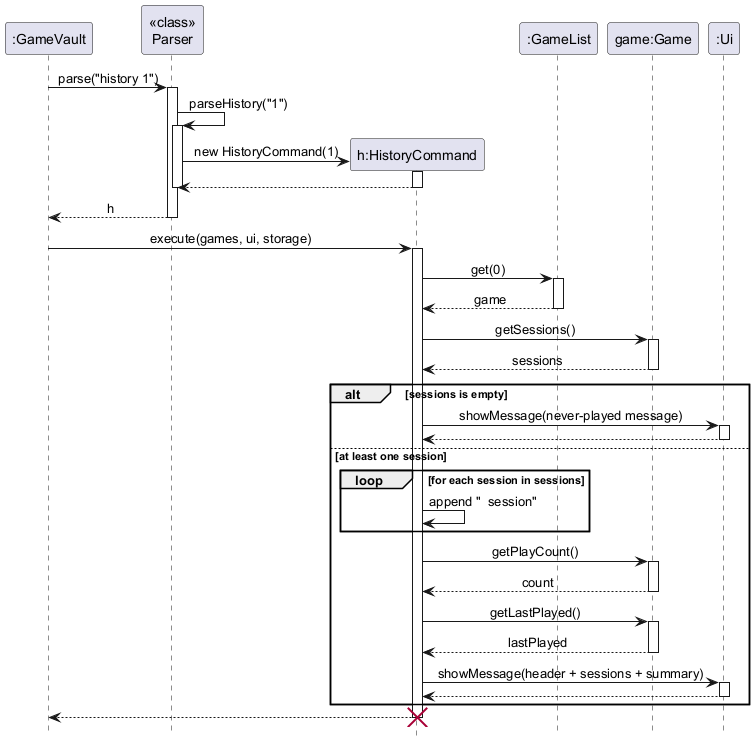
The PlantUML diagram docs/images/HistorySequenceDiagram.png in AY2627S1-CS2113-T11-4/tp, before a commit. Source of this version:
```plantuml
@startuml
hide footbox
skinparam sequenceMessageAlign center

participant ":GameVault" as GV
participant "<<class>>\nParser" as P
participant "h:HistoryCommand" as H
participant ":GameList" as GL
participant "game:Game" as G
participant ":Ui" as UI

GV -> P : parse("history 1")
activate P
P -> P : parseHistory("1")
activate P
create H
P -> H : new HistoryCommand(1)
activate H
H --> P
deactivate H
deactivate P
P --> GV : h
deactivate P

GV -> H : execute(games, ui, storage)
activate H
H -> GL : get(0)
activate GL
GL --> H : game
deactivate GL
H -> G : getSessions()
activate G
G --> H : sessions
deactivate G

alt sessions is empty
    H -> UI : showMessage(never-played message)
    activate UI
    UI --> H
    deactivate UI
else at least one session
    loop for each session in sessions
        H -> H : append "  session"
    end
    H -> G : getPlayCount()
    activate G
    G --> H : count
    deactivate G
    H -> G : getLastPlayed()
    activate G
    G --> H : lastPlayed
    deactivate G
    H -> UI : showMessage(header + sessions + summary)
    activate UI
    UI --> H
    deactivate UI
end
H --> GV
deactivate H
destroy H
@enduml
```
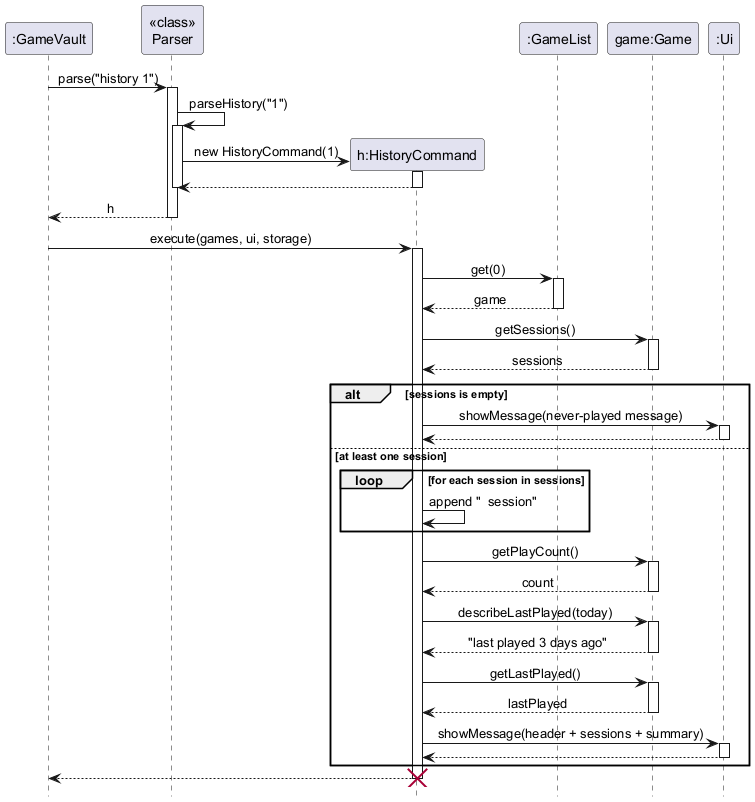
After the change.

Commit message:
Update the guides for the history and unplayed review changes

The edit, as a diff of the source:
```diff
@@ -46,6 +46,10 @@
     activate G
     G --> H : count
     deactivate G
+    H -> G : describeLastPlayed(today)
+    activate G
+    G --> H : "last played 3 days ago"
+    deactivate G
     H -> G : getLastPlayed()
     activate G
     G --> H : lastPlayed
```
